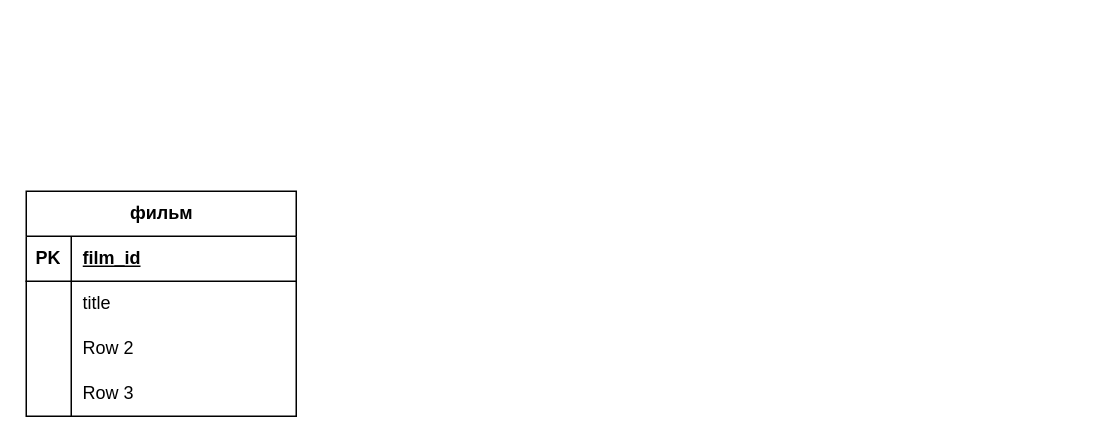
omelchenkopete/SA keeps this draw.io diagram as Диаграмма без названия.drawio. Above is the earlier version. Source tidied: cells renumbered, new cells numbered last; positions are measured from the earlier drawing's top-left corner, leaving out a move shared by most shapes. Both pictures are drawn from the tidied source at 150%, with x=0, y=0 at pixel (26, 190).
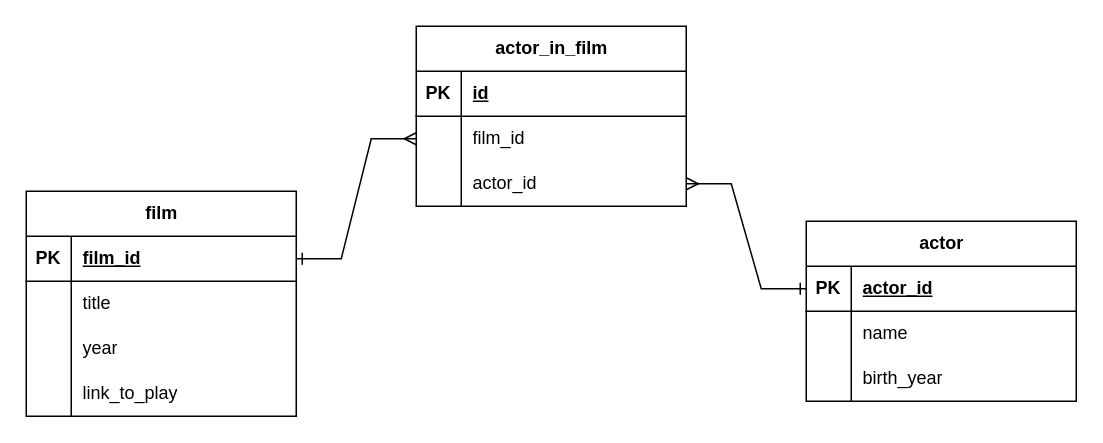
Above is the later version.

The change refers to these unchanged cells:
```xml
<mxCell id="3" style="shape=tableRow;horizontal=0;startSize=0;swimlaneHead=0;swimlaneBody=0;fillColor=none;points=[[0,0.5],[1,0.5]];portConstraint=eastwest;top=0;left=0;right=0;bottom=1;" parent="2" vertex="1">
  <mxGeometry y="30" width="180" height="30" as="geometry" />
</mxCell>
<mxCell id="9" style="shape=tableRow;horizontal=0;startSize=0;swimlaneHead=0;swimlaneBody=0;fillColor=none;top=0;left=0;right=0;bottom=0;" parent="2" vertex="1">
  <mxGeometry y="90" width="180" height="30" as="geometry" />
</mxCell>
<mxCell id="12" style="shape=tableRow;horizontal=0;startSize=0;swimlaneHead=0;swimlaneBody=0;fillColor=none;top=0;left=0;right=0;bottom=0;" parent="2" vertex="1">
  <mxGeometry y="120" width="180" height="30" as="geometry" />
</mxCell>
```

Diff of the diagram source:
```diff
@@
-    <mxCell id="2" value="фильм" style="shape=table;startSize=30;childLayout=tableLayout;rowLines=0;fontStyle=1;align=center;html=1;" parent="1" vertex="1">
+    <mxCell id="2" value="film" style="shape=table;startSize=30;childLayout=tableLayout;rowLines=0;fontStyle=1;align=center;html=1;" parent="1" vertex="1">
       <mxGeometry width="180" height="150" as="geometry" />
     </mxCell>
@@
-    <mxCell id="11" value="Row 2" style="shape=partialRectangle;fillColor=none;top=0;left=0;bottom=0;right=0;align=left;spacingLeft=6;overflow=hidden;whiteSpace=wrap;html=1;" parent="9" vertex="1">
+    <mxCell id="11" value="year" style="shape=partialRectangle;fillColor=none;top=0;left=0;bottom=0;right=0;align=left;spacingLeft=6;overflow=hidden;whiteSpace=wrap;html=1;" parent="9" vertex="1">
       <mxGeometry x="30" width="150" height="30" as="geometry" />
     </mxCell>
@@
-    <mxCell id="13" style="shape=partialRectangle;fillColor=none;top=0;left=0;bottom=0;right=0;overflow=hidden;whiteSpace=wrap;html=1;" parent="12" vertex="1">
-      <mxGeometry width="30" height="30" as="geometry" />
-    </mxCell>
-    <mxCell id="14" value="Row 3" style="shape=partialRectangle;fillColor=none;top=0;left=0;bottom=0;right=0;align=left;spacingLeft=6;overflow=hidden;whiteSpace=wrap;html=1;" parent="12" vertex="1">
-      <mxGeometry x="30" width="150" height="30" as="geometry" />
-    </mxCell>
+    <mxCell id="15" style="shape=partialRectangle;fillColor=none;top=0;left=0;bottom=0;right=0;overflow=hidden;whiteSpace=wrap;html=1;" parent="12" vertex="1">
+      <mxGeometry width="30" height="30" as="geometry" />
+    </mxCell>
+    <mxCell id="16" value="link_to_play" style="shape=partialRectangle;fillColor=none;top=0;left=0;bottom=0;right=0;align=left;spacingLeft=6;overflow=hidden;whiteSpace=wrap;html=1;" parent="12" vertex="1">
+      <mxGeometry x="30" width="150" height="30" as="geometry" />
+    </mxCell>
+    <mxCell id="17" value="actor" style="shape=table;startSize=30;childLayout=tableLayout;rowLines=0;fontStyle=1;align=center;html=1;" parent="1" vertex="1">
+      <mxGeometry x="520" y="20" width="180" height="120" as="geometry" />
+    </mxCell>
+    <mxCell id="18" style="shape=tableRow;horizontal=0;startSize=0;swimlaneHead=0;swimlaneBody=0;fillColor=none;points=[[0,0.5],[1,0.5]];portConstraint=eastwest;top=0;left=0;right=0;bottom=1;" parent="17" vertex="1">
+      <mxGeometry y="30" width="180" height="30" as="geometry" />
+    </mxCell>
+    <mxCell id="19" value="PK" style="shape=partialRectangle;fillColor=none;top=0;left=0;bottom=0;right=0;fontStyle=1;overflow=hidden;whiteSpace=wrap;html=1;" parent="18" vertex="1">
+      <mxGeometry width="30" height="30" as="geometry" />
+    </mxCell>
+    <mxCell id="20" value="actor_id" style="shape=partialRectangle;fillColor=none;top=0;left=0;bottom=0;right=0;align=left;spacingLeft=6;fontStyle=5;overflow=hidden;whiteSpace=wrap;html=1;" parent="18" vertex="1">
+      <mxGeometry x="30" width="150" height="30" as="geometry" />
+    </mxCell>
+    <mxCell id="21" style="shape=tableRow;horizontal=0;startSize=0;swimlaneHead=0;swimlaneBody=0;fillColor=none;top=0;left=0;right=0;bottom=0;" parent="17" vertex="1">
+      <mxGeometry y="60" width="180" height="30" as="geometry" />
+    </mxCell>
+    <mxCell id="22" style="shape=partialRectangle;fillColor=none;top=0;left=0;bottom=0;right=0;overflow=hidden;whiteSpace=wrap;html=1;" parent="21" vertex="1">
+      <mxGeometry width="30" height="30" as="geometry" />
+    </mxCell>
+    <mxCell id="23" value="name" style="shape=partialRectangle;fillColor=none;top=0;left=0;bottom=0;right=0;align=left;spacingLeft=6;overflow=hidden;whiteSpace=wrap;html=1;" parent="21" vertex="1">
+      <mxGeometry x="30" width="150" height="30" as="geometry" />
+    </mxCell>
+    <mxCell id="24" style="shape=tableRow;horizontal=0;startSize=0;swimlaneHead=0;swimlaneBody=0;fillColor=none;top=0;left=0;right=0;bottom=0;" parent="17" vertex="1">
+      <mxGeometry y="90" width="180" height="30" as="geometry" />
+    </mxCell>
+    <mxCell id="25" style="shape=partialRectangle;fillColor=none;top=0;left=0;bottom=0;right=0;overflow=hidden;whiteSpace=wrap;html=1;" parent="24" vertex="1">
+      <mxGeometry width="30" height="30" as="geometry" />
+    </mxCell>
+    <mxCell id="26" value="birth_year" style="shape=partialRectangle;fillColor=none;top=0;left=0;bottom=0;right=0;align=left;spacingLeft=6;overflow=hidden;whiteSpace=wrap;html=1;" parent="24" vertex="1">
+      <mxGeometry x="30" width="150" height="30" as="geometry" />
+    </mxCell>
+    <mxCell id="27" value="actor_in_film" style="shape=table;startSize=30;childLayout=tableLayout;rowLines=0;fontStyle=1;align=center;html=1;" parent="1" vertex="1">
+      <mxGeometry x="260" y="-110" width="180" height="120" as="geometry" />
+    </mxCell>
+    <mxCell id="28" style="shape=tableRow;horizontal=0;startSize=0;swimlaneHead=0;swimlaneBody=0;fillColor=none;top=0;left=0;right=0;bottom=1;" parent="27" vertex="1">
+      <mxGeometry y="30" width="180" height="30" as="geometry" />
+    </mxCell>
+    <mxCell id="29" value="PK" style="shape=partialRectangle;fillColor=none;top=0;left=0;bottom=0;right=0;fontStyle=1;overflow=hidden;whiteSpace=wrap;html=1;" parent="28" vertex="1">
+      <mxGeometry width="30" height="30" as="geometry" />
+    </mxCell>
+    <mxCell id="30" value="id" style="shape=partialRectangle;fillColor=none;top=0;left=0;bottom=0;right=0;align=left;spacingLeft=6;fontStyle=5;overflow=hidden;whiteSpace=wrap;html=1;" parent="28" vertex="1">
+      <mxGeometry x="30" width="150" height="30" as="geometry" />
+    </mxCell>
+    <mxCell id="31" style="shape=tableRow;horizontal=0;startSize=0;swimlaneHead=0;swimlaneBody=0;fillColor=none;points=[[0,0.5],[1,0.5]];portConstraint=eastwest;top=0;left=0;right=0;bottom=0;" parent="27" vertex="1">
+      <mxGeometry y="60" width="180" height="30" as="geometry" />
+    </mxCell>
+    <mxCell id="32" style="shape=partialRectangle;fillColor=none;top=0;left=0;bottom=0;right=0;overflow=hidden;whiteSpace=wrap;html=1;" parent="31" vertex="1">
+      <mxGeometry width="30" height="30" as="geometry" />
+    </mxCell>
+    <mxCell id="33" value="film_id" style="shape=partialRectangle;fillColor=none;top=0;left=0;bottom=0;right=0;align=left;spacingLeft=6;overflow=hidden;whiteSpace=wrap;html=1;" parent="31" vertex="1">
+      <mxGeometry x="30" width="150" height="30" as="geometry" />
+    </mxCell>
+    <mxCell id="34" style="shape=tableRow;horizontal=0;startSize=0;swimlaneHead=0;swimlaneBody=0;fillColor=none;points=[[0,0.5],[1,0.5]];portConstraint=eastwest;top=0;left=0;right=0;bottom=0;" parent="27" vertex="1">
+      <mxGeometry y="90" width="180" height="30" as="geometry" />
+    </mxCell>
+    <mxCell id="35" style="shape=partialRectangle;fillColor=none;top=0;left=0;bottom=0;right=0;overflow=hidden;whiteSpace=wrap;html=1;" parent="34" vertex="1">
+      <mxGeometry width="30" height="30" as="geometry" />
+    </mxCell>
+    <mxCell id="36" value="actor_id" style="shape=partialRectangle;fillColor=none;top=0;left=0;bottom=0;right=0;align=left;spacingLeft=6;overflow=hidden;whiteSpace=wrap;html=1;" parent="34" vertex="1">
+      <mxGeometry x="30" width="150" height="30" as="geometry" />
+    </mxCell>
+    <mxCell id="37" style="edgeStyle=entityRelationEdgeStyle;fontSize=12;html=1;endArrow=ERmany;rounded=0;startArrow=ERone;startFill=0;" parent="1" edge="1" source="3" target="31">
+      <mxGeometry relative="1" as="geometry" />
+    </mxCell>
+    <mxCell id="38" style="edgeStyle=entityRelationEdgeStyle;fontSize=12;html=1;endArrow=ERmany;rounded=0;startArrow=ERone;startFill=0;" parent="1" edge="1" source="18" target="34">
+      <mxGeometry relative="1" as="geometry" />
+    </mxCell>
```
